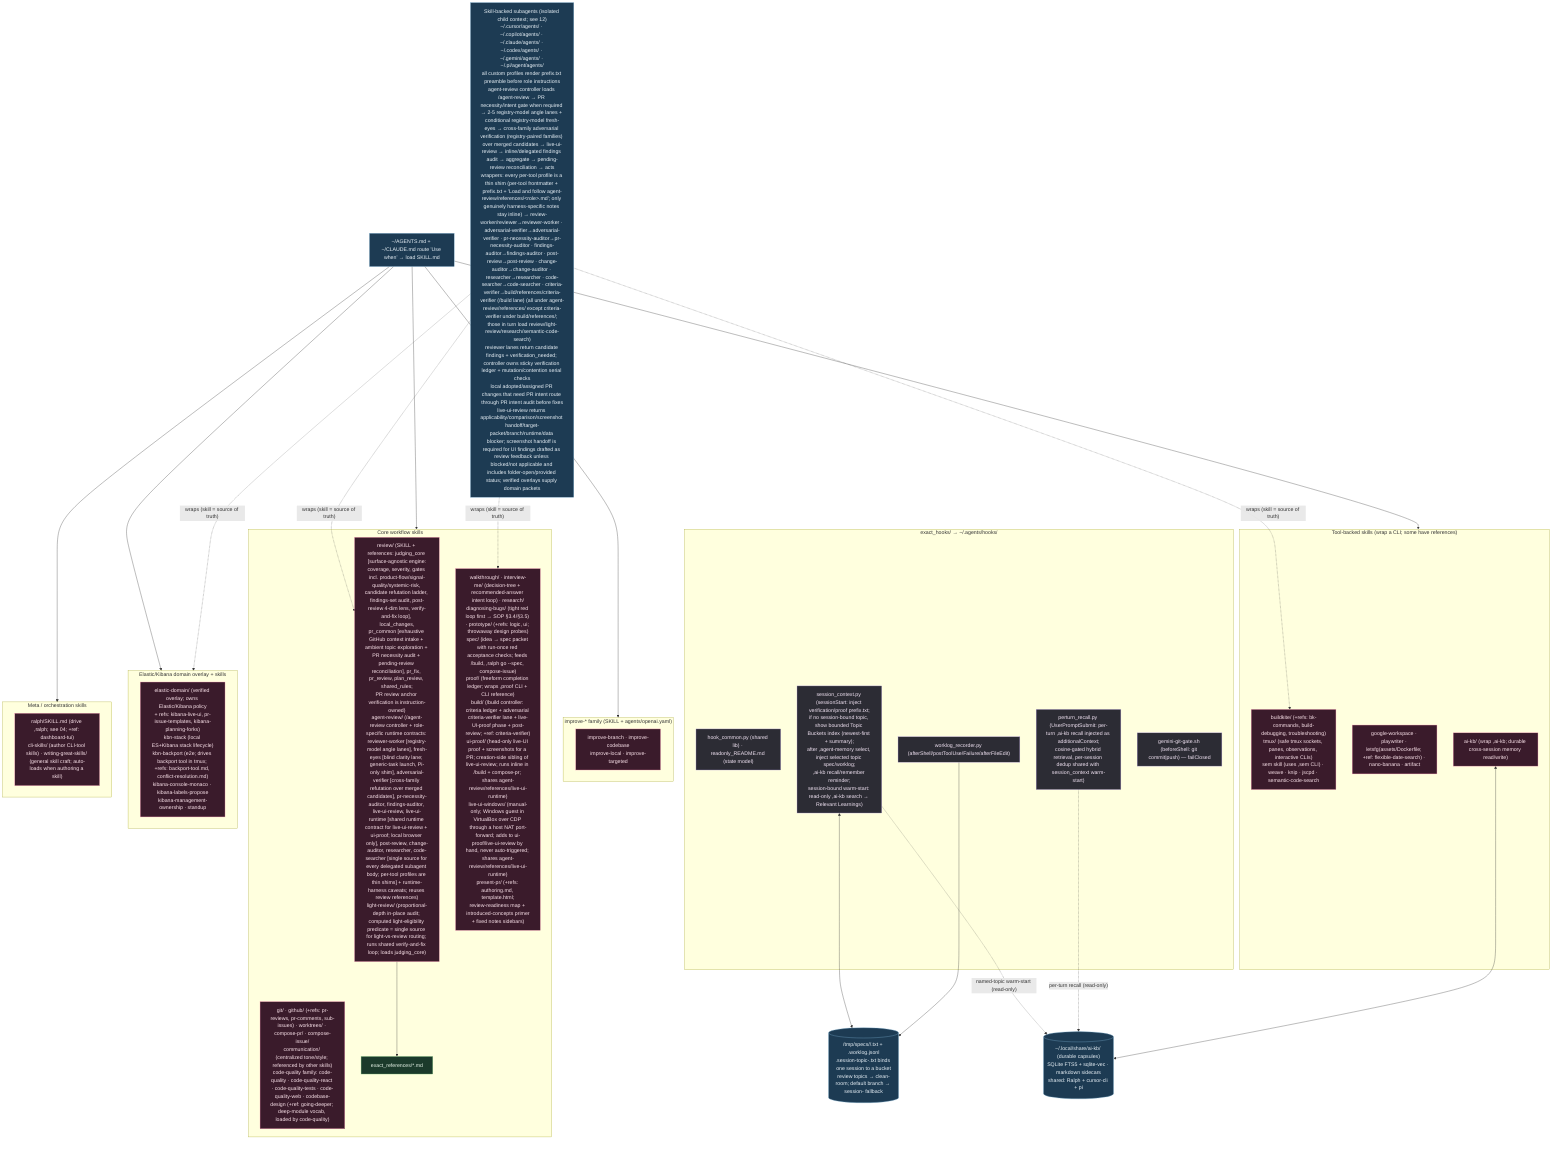
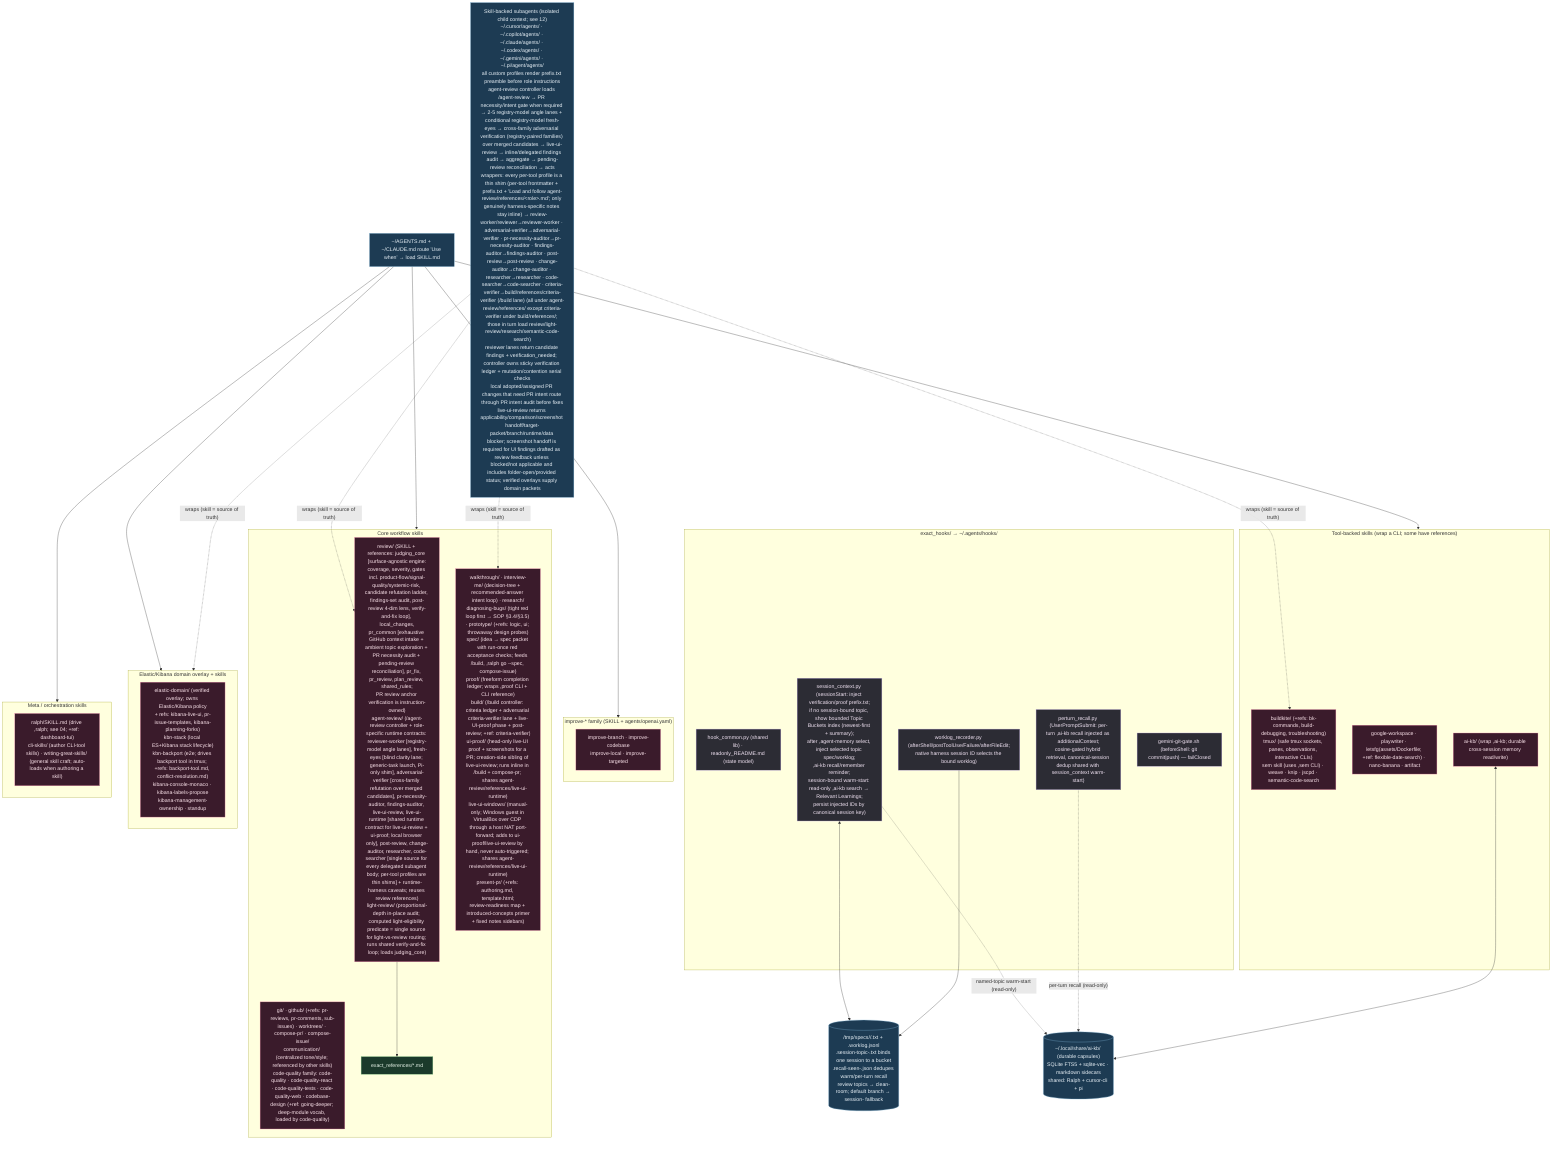
%% ============================================================================
%% 03b-agent-skills-hooks.mmd — Every file under home/exact_dot_agents/ (103).
%% Skills → ~/.agents/skills/ (intent-routed SKILL.md). Shared hooks → ~/.agents/hooks/.
%% ============================================================================
flowchart TB
    classDef skill fill:#3a1b2b,stroke:#f48fb1,color:#fce4ec;
    classDef hook fill:#2c2c34,stroke:#b39ddb,color:#f3e5f5;
    classDef ref fill:#1b3a2b,stroke:#81c784,color:#e8f5e9;
    classDef data fill:#1d3b53,stroke:#7fb3d5,color:#eaf2f8;

    subgraph HOOKS["exact_hooks/ → ~/.agents/hooks/"]
        HC["hook_common.py (shared lib) · readonly_README.md (state model)"]:::hook
-         SCx["session_context.py (sessionStart: inject verification/proof prefix.txt;<br/>if no session-bound topic, show bounded Topic Buckets index (newest-first + summary);<br/>after ,agent-memory select, inject selected topic spec/worklog;<br/>,ai-kb recall/remember reminder;<br/>session-bound warm-start: read-only ,ai-kb search → Relevant Learnings)"]:::hook
-         PRx["perturn_recall.py (UserPromptSubmit: per-turn ,ai-kb recall injected as additionalContext;<br/>cosine-gated hybrid retrieval, per-session dedup shared with session_context warm-start)"]:::hook
-         WLx["worklog_recorder.py (afterShell/postToolUse/Failure/afterFileEdit)"]:::hook
+         SCx["session_context.py (sessionStart: inject verification/proof prefix.txt;<br/>if no session-bound topic, show bounded Topic Buckets index (newest-first + summary);<br/>after ,agent-memory select, inject selected topic spec/worklog;<br/>,ai-kb recall/remember reminder;<br/>session-bound warm-start: read-only ,ai-kb search → Relevant Learnings;<br/>persist injected IDs by canonical session key)"]:::hook
+         PRx["perturn_recall.py (UserPromptSubmit: per-turn ,ai-kb recall injected as additionalContext;<br/>cosine-gated hybrid retrieval, canonical-session dedup shared with session_context warm-start)"]:::hook
+         WLx["worklog_recorder.py (afterShell/postToolUse/Failure/afterFileEdit;<br/>native harness session ID selects the bound worklog)"]:::hook
        GG["gemini-git-gate.sh (beforeShell: git commit|push) — failClosed"]:::hook
    end

-     MEM[("/tmp/specs/<pwd>/<topic>.txt + .worklog.jsonl<br/>.session-topic-<id>.txt binds one session to a bucket<br/>review topics → clean-room; default branch → session-<id> fallback")]:::data
+     MEM[("/tmp/specs/<pwd>/<topic>.txt + .worklog.jsonl<br/>.session-topic-<id>.txt binds one session to a bucket<br/>.recall-seen-<session-key>.json dedupes warm/per-turn recall<br/>review topics → clean-room; default branch → session-<id> fallback")]:::data
    SCx <--> MEM
    WLx --> MEM

    KBDB[("~/.local/share/ai-kb/ (durable capsules)<br/>SQLite FTS5 + sqlite-vec · markdown sidecars<br/>shared: Ralph + cursor-cli + pi")]:::data
    SCx -. "named-topic warm-start (read-only)" .-> KBDB
    PRx -. "per-turn recall (read-only)" .-> KBDB

    subgraph CORE["Core workflow skills"]
        S1["review/ (SKILL + references: judging_core [surface-agnostic engine:<br/>coverage, severity, gates incl. product-flow/signal-quality/systemic-risk, candidate refutation ladder, findings-set audit, post-review 4-dim lens, verify-and-fix loop], local_changes,<br/>pr_common [exhaustive GitHub context intake + ambient topic exploration + PR necessity audit + pending-review reconciliation], pr_fix, pr_review, plan_review, shared_rules;<br/>PR review anchor verification is instruction-owned)<br/>agent-review/ (/agent-review controller + role-specific runtime contracts: reviewer-worker [registry-model angle lanes], fresh-eyes [blind clarity lane; generic-task launch, Pi-only shim], adversarial-verifier [cross-family refutation over merged candidates], pr-necessity-auditor, findings-auditor, live-ui-review, live-ui-runtime [shared runtime contract for live-ui-review + ui-proof; local browser only], post-review, change-auditor, researcher, code-searcher [single source for every delegated subagent body; per-tool profiles are thin shims] + runtime-harness caveats; reuses review references)<br/>light-review/ (proportional-depth in-place audit; computed light-eligibility predicate = single source for light-vs-review routing; runs shared verify-and-fix loop; loads judging_core)"]:::skill
        S2["git/ · github/ (+refs: pr-reviews, pr-comments, sub-issues) · worktrees/ · compose-pr/ · compose-issue/<br/>communication/ (centralized tone/style; referenced by other skills)<br/>code-quality family: code-quality · code-quality-react · code-quality-tests · code-quality-web · codebase-design (+ref: going-deeper; deep-module vocab, loaded by code-quality)"]:::skill
        S3["walkthrough/ · interview-me/ (decision-tree + recommended-answer intent loop) · research/<br/>diagnosing-bugs/ (tight red loop first → SOP §3.4/§3.5) · prototype/ (+refs: logic, ui; throwaway design probes)<br/>spec/ (idea → spec packet with run-once red acceptance checks; feeds /build, ,ralph go --spec, compose-issue)<br/>proof/ (freeform completion ledger; wraps ,proof CLI + CLI reference)<br/>build/ (/build controller: criteria ledger + adversarial criteria-verifier lane + live-UI-proof phase + post-review; +ref: criteria-verifier)<br/>ui-proof/ (head-only live-UI proof + screenshots for a PR; creation-side sibling of live-ui-review; runs inline in /build + compose-pr; shares agent-review/references/live-ui-runtime)<br/>live-ui-windows/ (manual-only; Windows guest in VirtualBox over CDP through a host NAT port-forward; adds to ui-proof/live-ui-review by hand, never auto-triggered; shares agent-review/references/live-ui-runtime)<br/>present-pr/ (+refs: authoring.md, template.html;<br/>review-readiness map + introduced-concepts primer<br/>+ fixed notes sidebars)"]:::skill
        S1 --> R1["exact_references/*.md"]:::ref
    end

    subgraph IMPROVE["improve-* family (SKILL + agents/openai.yaml)"]
        S4["improve-branch · improve-codebase<br/>improve-local · improve-targeted"]:::skill
    end

    subgraph TOOLS["Tool-backed skills (wrap a CLI; some have references)"]
        S5["buildkite/ (+refs: bk-commands, build-debugging, troubleshooting)<br/>tmux/ (safe tmux sockets, panes, observations, interactive CLIs)<br/>sem skill (uses ,sem CLI) · weave · knip · jscpd · semantic-code-search"]:::skill
        S6["google-workspace · playwriter · letsfg(assets/Dockerfile; +ref: flexible-date-search) · nano-banana · artifact"]:::skill
        S7["ai-kb/ (wrap ,ai-kb; durable cross-session memory read/write)"]:::skill
    end

    subgraph KBN["Elastic/Kibana domain overlay + skills"]
        S8["elastic-domain/ (verified overlay; owns Elastic/Kibana policy<br/>+ refs: kibana-live-ui, pr-issue-templates, kibana-planning-forks)<br/>kbn-stack (local ES+Kibana stack lifecycle)<br/>kbn-backport (e2e; drives backport tool in tmux; +refs: backport-tool.md, conflict-resolution.md)<br/>kibana-console-monaco · kibana-labels-propose<br/>kibana-management-ownership · standup"]:::skill
    end

    subgraph META["Meta / orchestration skills"]
        S9["ralph/SKILL.md (drive ,ralph; see 04; +ref: dashboard-tui)<br/>cli-skills/ (author CLI-tool skills) · writing-great-skills/ (general skill craft; auto-loads when authoring a skill)"]:::skill
    end

    SOPS["~/AGENTS.md + ~/CLAUDE.md route 'Use when' → load SKILL.md"]:::data
    SOPS --> CORE & IMPROVE & TOOLS & KBN & META
    S7 <--> KBDB

    SUBA["Skill-backed subagents (isolated child context; see 12)<br/>~/.cursor/agents/ · ~/.copilot/agents/ · ~/.claude/agents/ · ~/.codex/agents/ · ~/.gemini/agents/ · ~/.pi/agent/agents/<br/>all custom profiles render prefix.txt preamble before role instructions<br/>agent-review controller loads /agent-review → PR necessity/intent gate when required → 2-5 registry-model angle lanes + conditional registry-model fresh-eyes → cross-family adversarial verification (registry-paired families) over merged candidates → live-ui-review → inline/delegated findings audit → aggregate → pending-review reconciliation → acts<br/>wrappers: every per-tool profile is a thin shim (per-tool frontmatter + prefix.txt + 'Load and follow agent-review/references/&lt;role&gt;.md'; only genuinely harness-specific notes stay inline) → review-worker/reviewer→reviewer-worker · adversarial-verifier→adversarial-verifier · pr-necessity-auditor→pr-necessity-auditor · findings-auditor→findings-auditor · post-review→post-review · change-auditor→change-auditor · researcher→researcher · code-searcher→code-searcher · criteria-verifier→build/references/criteria-verifier (/build lane) (all under agent-review/references/ except criteria-verifier under build/references/; those in turn load review/light-review/research/semantic-code-search)<br/>reviewer lanes return candidate findings + verification_needed; controller owns sticky verification ledger + mutation/contention serial checks<br/>local adopted/assigned PR changes that need PR intent route through PR intent audit before fixes<br/>live-ui-review returns applicability/comparison/screenshot handoff/target-packet/branch/runtime/data blocker; screenshot handoff is required for UI findings drafted as review feedback unless blocked/not applicable and includes folder-open/provided status; verified overlays supply domain packets"]:::data
    SUBA -.->|"wraps (skill = source of truth)"| S1 & S3 & S5 & KBN
